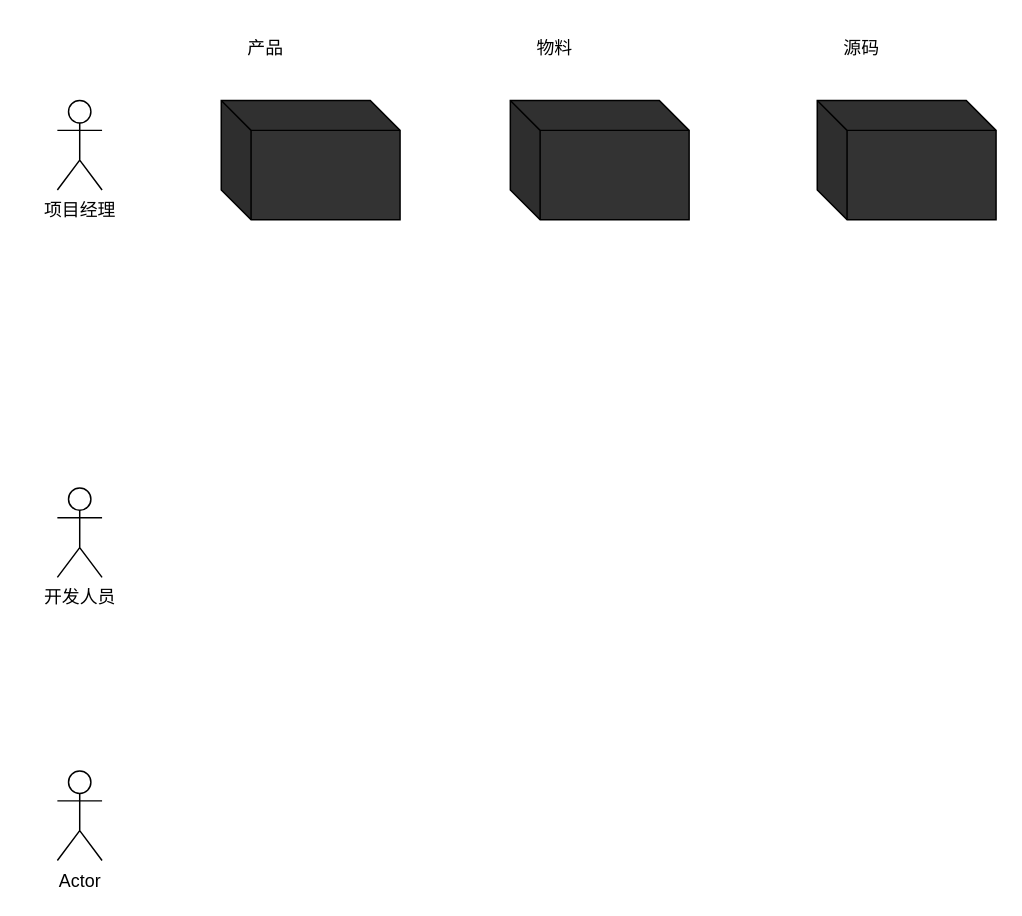
Before: 低代码—盒子.drawio in tangyaosimida/love, a draw.io diagram. Source tidied: cells renumbered, new cells numbered last; positions are measured from the earlier drawing's top-left corner, leaving out a move shared by most shapes. Both pictures are drawn from the tidied source at 149%, with x=0, y=0 at pixel (57, 25).
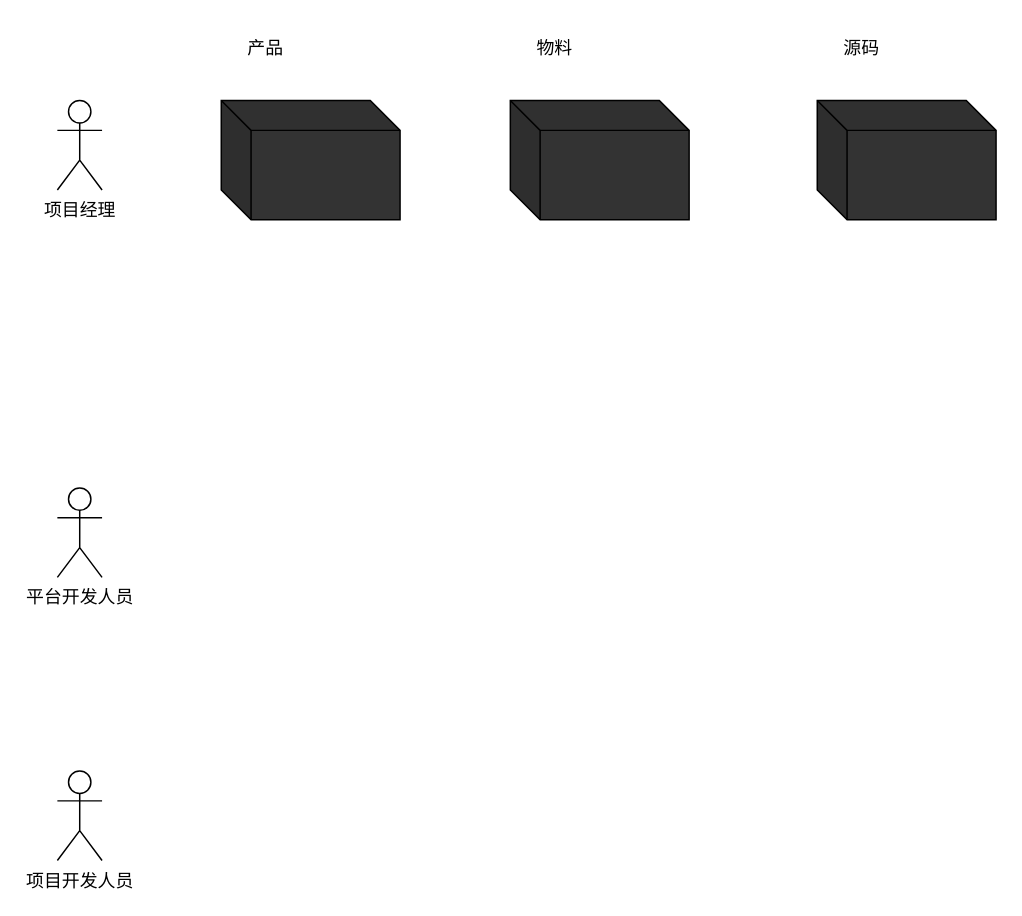
The same page after the edit.

Commit message (it also covers changes not shown here):
更新低代码—盒子.drawio

What changed in the source:
```diff
@@
 <mxGraphModel>
   <root>
     <mxCell id="0" />
     <mxCell id="1" parent="0" />
     <mxCell id="2" value="项目经理" style="shape=umlActor;verticalLabelPosition=bottom;verticalAlign=top;html=1;" parent="1" vertex="1">
       <mxGeometry y="50" width="30" height="60" as="geometry" />
     </mxCell>
-    <mxCell id="3" value="开发人员" style="shape=umlActor;verticalLabelPosition=bottom;verticalAlign=top;html=1;" parent="1" vertex="1">
+    <mxCell id="3" value="平台开发人员" style="shape=umlActor;verticalLabelPosition=bottom;verticalAlign=top;html=1;" parent="1" vertex="1">
       <mxGeometry y="310" width="30" height="60" as="geometry" />
     </mxCell>
-    <mxCell id="4" value="Actor" style="shape=umlActor;verticalLabelPosition=bottom;verticalAlign=top;html=1;" parent="1" vertex="1">
+    <mxCell id="4" value="项目开发人员" style="shape=umlActor;verticalLabelPosition=bottom;verticalAlign=top;html=1;" parent="1" vertex="1">
       <mxGeometry y="500" width="30" height="60" as="geometry" />
     </mxCell>
     <mxCell id="5" style="shape=cube;whiteSpace=wrap;html=1;boundedLbl=1;backgroundOutline=1;darkOpacity=0.05;darkOpacity2=0.1;fillColor=#333333;" parent="1" vertex="1">
       <mxGeometry x="110" y="50" width="120" height="80" as="geometry" />
     </mxCell>
     <mxCell id="6" style="shape=cube;whiteSpace=wrap;html=1;boundedLbl=1;backgroundOutline=1;darkOpacity=0.05;darkOpacity2=0.1;fillColor=#333333;" parent="1" vertex="1">
       <mxGeometry x="510" y="50" width="120" height="80" as="geometry" />
     </mxCell>
     <mxCell id="7" style="shape=cube;whiteSpace=wrap;html=1;boundedLbl=1;backgroundOutline=1;darkOpacity=0.05;darkOpacity2=0.1;fillColor=#333333;" parent="1" vertex="1">
       <mxGeometry x="304" y="50" width="120" height="80" as="geometry" />
     </mxCell>
     <mxCell id="8" value="产品" style="text;html=1;align=center;verticalAlign=middle;whiteSpace=wrap;rounded=0;" parent="1" vertex="1">
       <mxGeometry x="110" width="60" height="30" as="geometry" />
     </mxCell>
     <mxCell id="9" value="物料" style="text;html=1;align=center;verticalAlign=middle;whiteSpace=wrap;rounded=0;" parent="1" vertex="1">
       <mxGeometry x="304" width="60" height="30" as="geometry" />
     </mxCell>
     <mxCell id="10" value="源码" style="text;html=1;align=center;verticalAlign=middle;whiteSpace=wrap;rounded=0;" parent="1" vertex="1">
       <mxGeometry x="510" width="60" height="30" as="geometry" />
     </mxCell>
   </root>
 </mxGraphModel>
```
